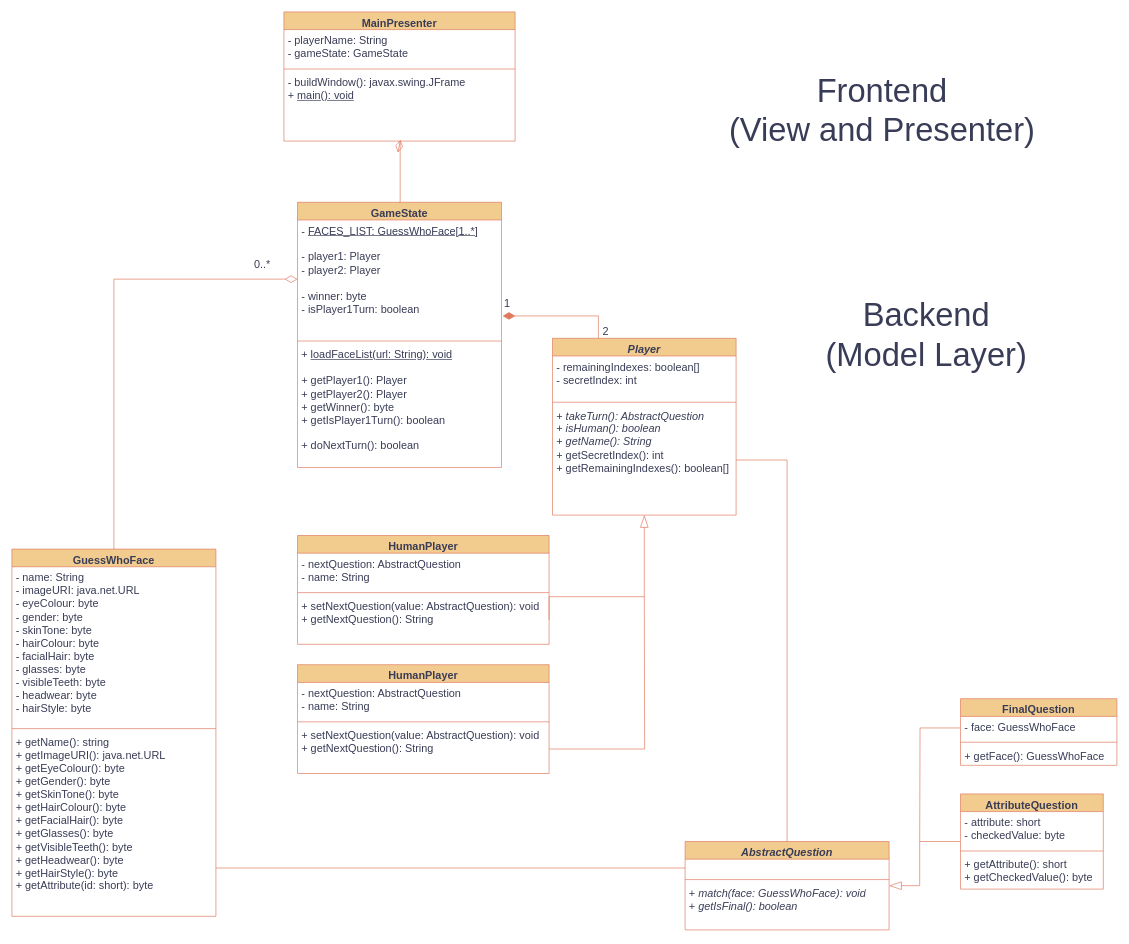
This is uml-diagram.drawio from jgcodes2020/GSEGuessWho, a draw.io file, before an edit. Source tidied: cells renumbered, new cells numbered last; positions are measured from the earlier drawing's top-left corner, leaving out a move shared by most shapes. Both pictures are drawn from the tidied source at 68%, with x=0, y=0 at pixel (12, 12).
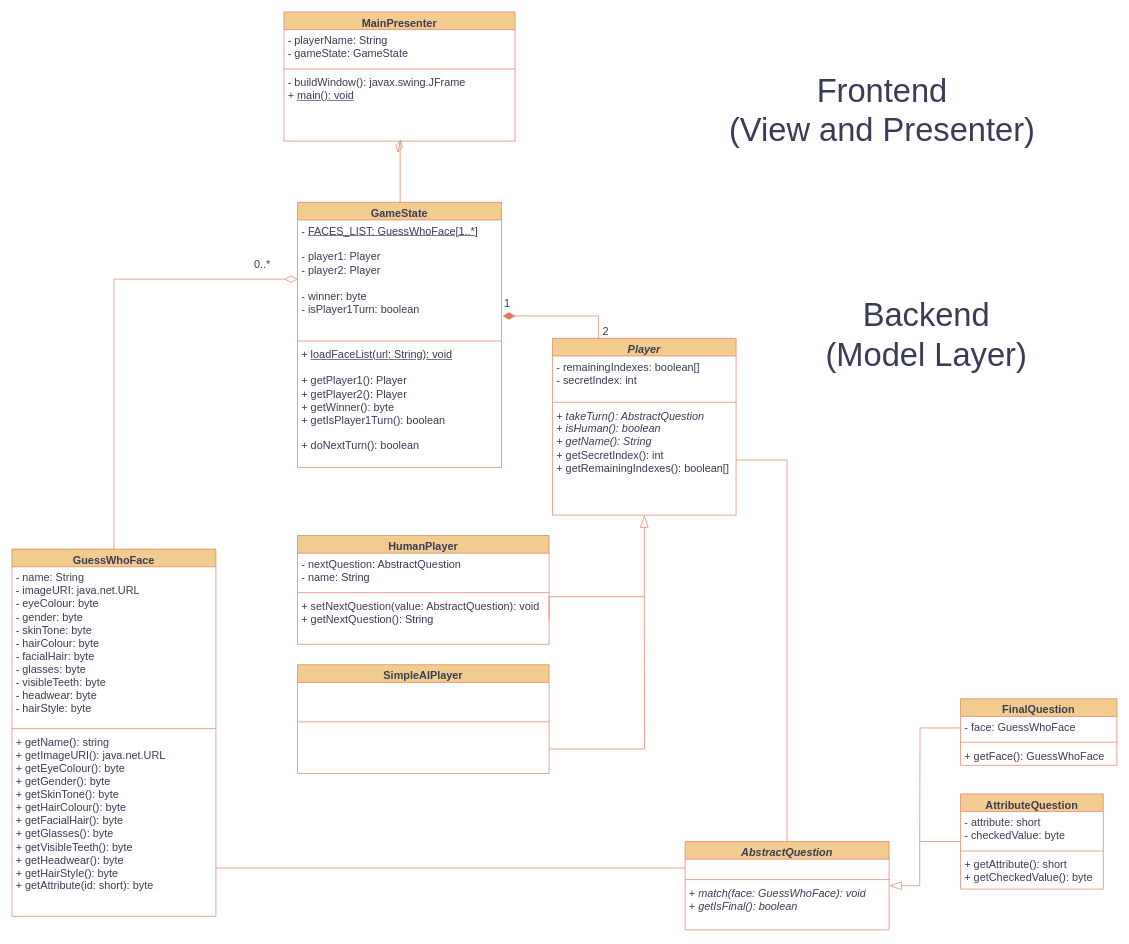
Above is the later version.

The edit, as a diff of the source:
```diff
@@
-    <mxCell id="46" value="HumanPlayer" style="swimlane;fontStyle=1;align=center;verticalAlign=top;horizontal=1;startSize=26;whiteSpace=wrap;html=1;fontSize=16;labelBackgroundColor=none;fillColor=#F2CC8F;strokeColor=#E07A5F;fontColor=#393C56;" parent="1" vertex="1">
+    <mxCell id="46" value="SimpleAIPlayer" style="swimlane;fontStyle=1;align=center;verticalAlign=top;horizontal=1;startSize=26;whiteSpace=wrap;html=1;fontSize=16;labelBackgroundColor=none;fillColor=#F2CC8F;strokeColor=#E07A5F;fontColor=#393C56;" parent="1" vertex="1">
       <mxGeometry x="420" y="960" width="370" height="160" as="geometry" />
     </mxCell>
-    <mxCell id="47" value="- nextQuestion: AbstractQuestion&lt;br&gt;- name: String" style="text;strokeColor=none;fillColor=none;align=left;verticalAlign=top;spacingLeft=4;spacingRight=4;overflow=hidden;whiteSpace=wrap;html=1;fontSize=16;labelBackgroundColor=none;fontColor=#393C56;" parent="46" vertex="1">
+    <mxCell id="47" value="&lt;br&gt;" style="text;strokeColor=none;fillColor=none;align=left;verticalAlign=top;spacingLeft=4;spacingRight=4;overflow=hidden;whiteSpace=wrap;html=1;fontSize=16;labelBackgroundColor=none;fontColor=#393C56;" parent="46" vertex="1">
       <mxGeometry y="26" width="370" height="54" as="geometry" />
     </mxCell>
@@
-    <mxCell id="50" value="+ setNextQuestion(value: AbstractQuestion): void&lt;br&gt;+ getNextQuestion(): String" style="text;strokeColor=none;fillColor=none;align=left;verticalAlign=top;spacingLeft=4;spacingRight=4;overflow=hidden;points=[[0,0.5],[1,0.5]];portConstraint=eastwest;whiteSpace=wrap;html=1;fontSize=16;labelBackgroundColor=none;fontColor=#393C56;" parent="46" vertex="1">
+    <mxCell id="50" value="&lt;br&gt;" style="text;strokeColor=none;fillColor=none;align=left;verticalAlign=top;spacingLeft=4;spacingRight=4;overflow=hidden;points=[[0,0.5],[1,0.5]];portConstraint=eastwest;whiteSpace=wrap;html=1;fontSize=16;labelBackgroundColor=none;fontColor=#393C56;" parent="46" vertex="1">
       <mxGeometry y="88" width="370" height="72" as="geometry" />
     </mxCell>
```
